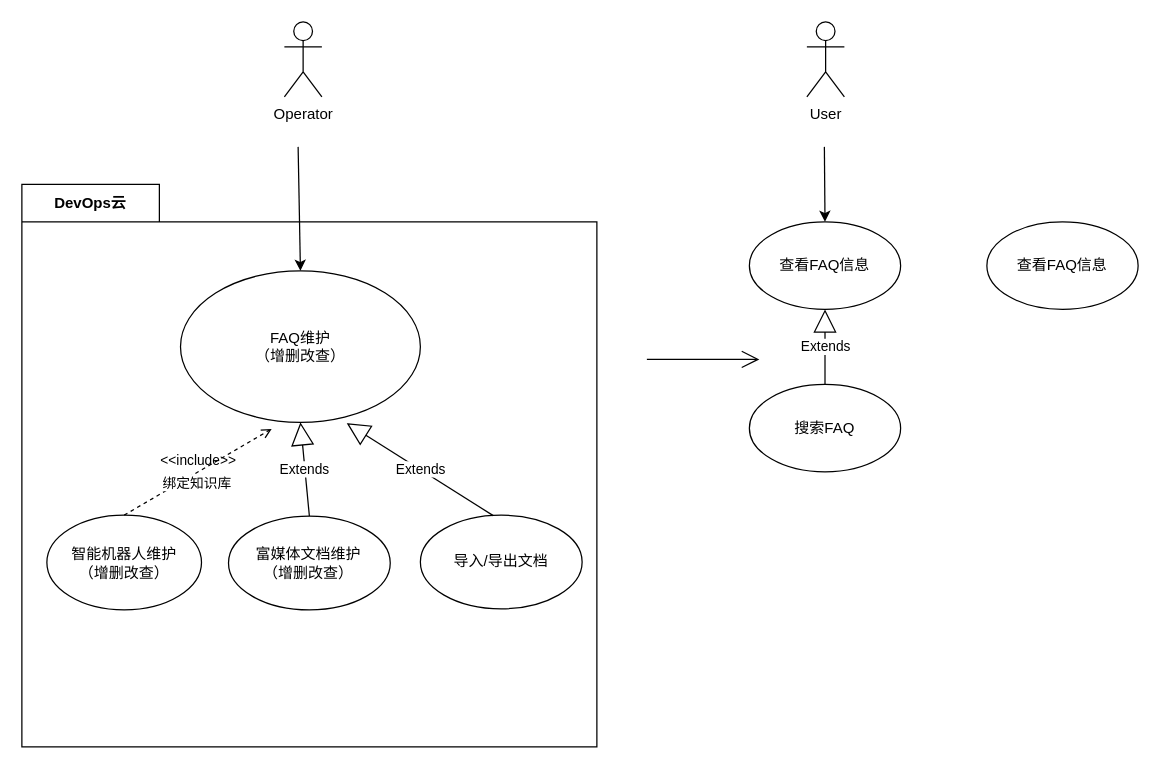
This is 宇视云App之FAQ用例视图.drawio from HuaHero/OnLineFaq, a draw.io file, before an edit. Source tidied: cells renumbered, new cells numbered last; positions are measured from the earlier drawing's top-left corner, leaving out a move shared by most shapes. Both pictures are drawn from the tidied source at 125%, with x=0, y=0 at pixel (21, 21).
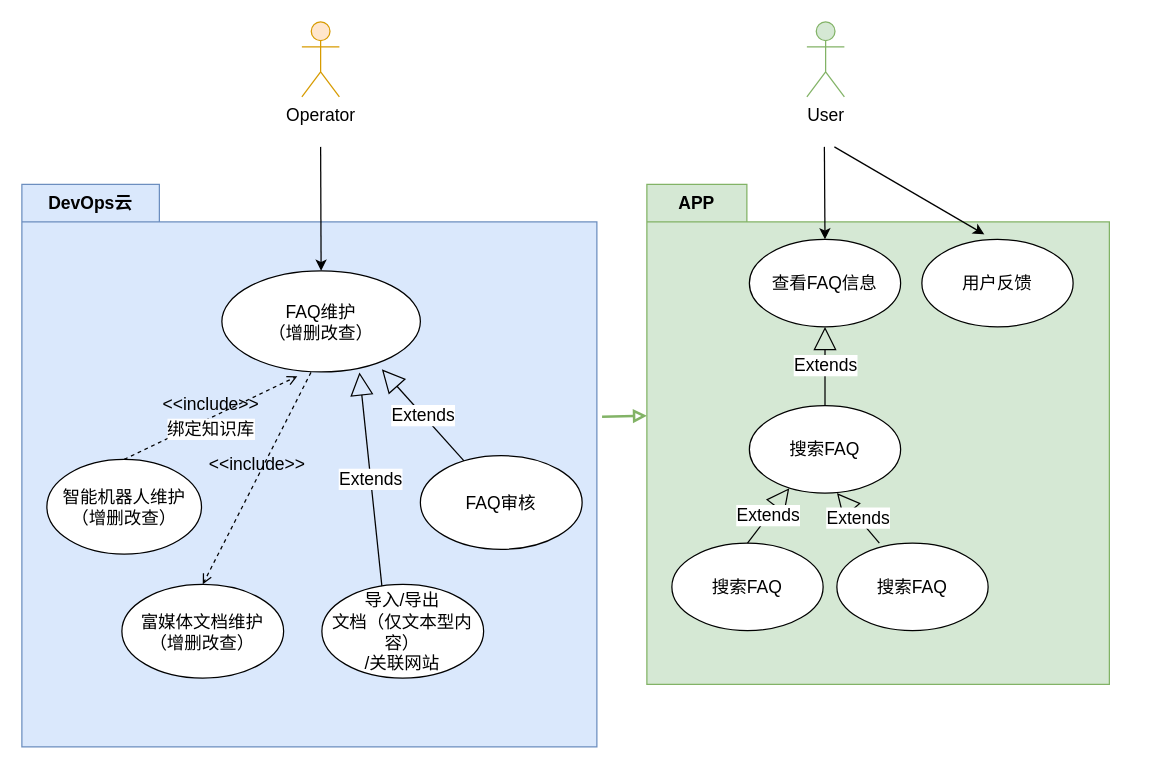
Above is the later version.

Commit message:
更新宇视云App之FAQ用例视图.drawio

Diff of the diagram source:
```diff
@@
+    <mxCell id="21" style="shape=folder;fontStyle=1;tabWidth=80;tabHeight=30;tabPosition=left;html=1;boundedLbl=1;whiteSpace=wrap;fontSize=14;fillColor=#d5e8d4;strokeColor=#82b366;" parent="1" vertex="1">
+      <mxGeometry x="500" y="130" width="370" height="400" as="geometry" />
+    </mxCell>
-    <mxCell id="2" value="DevOps云" style="shape=folder;fontStyle=1;tabWidth=110;tabHeight=30;tabPosition=left;html=1;boundedLbl=1;labelInHeader=1;whiteSpace=wrap;" parent="1" vertex="1">
+    <mxCell id="2" value="DevOps云" style="shape=folder;fontStyle=1;tabWidth=110;tabHeight=30;tabPosition=left;html=1;boundedLbl=1;labelInHeader=1;whiteSpace=wrap;fontSize=14;fillColor=#dae8fc;strokeColor=#6c8ebf;" parent="1" vertex="1">
       <mxGeometry y="130" width="460" height="450" as="geometry" />
     </mxCell>
-    <mxCell id="3" style="html=1;strokeColor=none;fillColor=none;whiteSpace=wrap;" parent="2" vertex="1">
+    <mxCell id="3" style="html=1;strokeColor=none;fillColor=none;whiteSpace=wrap;fontSize=14;" parent="2" vertex="1">
       <mxGeometry width="460" height="315" relative="1" as="geometry">
         <mxPoint y="30" as="offset" />
       </mxGeometry>
     </mxCell>
-    <mxCell id="4" value="智能机器人维护&lt;div&gt;（增删改查）&lt;/div&gt;" style="ellipse;whiteSpace=wrap;html=1;" parent="2" vertex="1">
-      <mxGeometry x="20" y="264.6" width="123.7" height="75.8" as="geometry" />
+    <mxCell id="4" value="智能机器人维护&lt;div style=&quot;font-size: 14px;&quot;&gt;（增删改查）&lt;/div&gt;" style="ellipse;whiteSpace=wrap;html=1;fontSize=14;" parent="2" vertex="1">
+      <mxGeometry x="20" y="220" width="123.7" height="75.8" as="geometry" />
     </mxCell>
-    <mxCell id="5" value="FAQ维护&lt;div&gt;（增删改查）&lt;/div&gt;" style="ellipse;whiteSpace=wrap;html=1;" parent="2" vertex="1">
-      <mxGeometry x="126.9" y="69.2" width="191.9" height="121.2" as="geometry" />
+    <mxCell id="5" value="FAQ维护&lt;div style=&quot;font-size: 14px;&quot;&gt;（增删改查）&lt;/div&gt;" style="ellipse;whiteSpace=wrap;html=1;fontSize=14;" parent="2" vertex="1">
+      <mxGeometry x="160" y="69.2" width="158.8" height="80.8" as="geometry" />
     </mxCell>
-    <mxCell id="6" value="&amp;lt;&amp;lt;include&amp;gt;&amp;gt;" style="html=1;verticalAlign=bottom;labelBackgroundColor=none;endArrow=open;endFill=0;dashed=1;rounded=0;entryX=0.38;entryY=1.043;entryDx=0;entryDy=0;entryPerimeter=0;exitX=0.5;exitY=0;exitDx=0;exitDy=0;" parent="2" edge="1" source="4" target="5">
+    <mxCell id="6" value="&amp;lt;&amp;lt;include&amp;gt;&amp;gt;" style="html=1;verticalAlign=bottom;labelBackgroundColor=none;endArrow=open;endFill=0;dashed=1;rounded=0;entryX=0.38;entryY=1.043;entryDx=0;entryDy=0;entryPerimeter=0;exitX=0.5;exitY=0;exitDx=0;exitDy=0;fontSize=14;" parent="2" edge="1" source="4" target="5">
       <mxGeometry relative="1" as="geometry" />
     </mxCell>
-    <mxCell id="7" value="绑定知识库" style="edgeLabel;html=1;align=center;verticalAlign=middle;" parent="6" vertex="1">
+    <mxCell id="7" value="绑定知识库" style="edgeLabel;html=1;align=center;verticalAlign=middle;fontSize=14;" parent="6" vertex="1">
       <mxGeometry x="0.09" y="-3" relative="1" as="geometry">
         <mxPoint x="-8" y="9" as="offset" />
       </mxGeometry>
     </mxCell>
-    <mxCell id="8" value="富媒体文档维护&lt;div&gt;（增删改查）&lt;/div&gt;" style="ellipse;whiteSpace=wrap;html=1;" parent="2" vertex="1">
-      <mxGeometry x="165.3" y="265.4" width="129.4" height="75" as="geometry" />
+    <mxCell id="8" value="富媒体文档维护&lt;div style=&quot;font-size: 14px;&quot;&gt;（增删改查）&lt;/div&gt;" style="ellipse;whiteSpace=wrap;html=1;fontSize=14;" parent="2" vertex="1">
+      <mxGeometry x="80" y="320" width="129.4" height="75" as="geometry" />
     </mxCell>
-    <mxCell id="9" value="Extends" style="endArrow=block;endSize=16;endFill=0;html=1;rounded=0;entryX=0.5;entryY=1;entryDx=0;entryDy=0;exitX=0.5;exitY=0;exitDx=0;exitDy=0;" parent="2" edge="1" source="8" target="5">
-      <mxGeometry relative="1" as="geometry" />
-    </mxCell>
-    <mxCell id="10" value="导入/导出文档" style="ellipse;whiteSpace=wrap;html=1;" parent="2" vertex="1">
-      <mxGeometry x="318.8" y="264.6" width="129.4" height="75" as="geometry" />
+    <mxCell id="10" value="导入/导出&lt;div style=&quot;font-size: 14px;&quot;&gt;文档（仅文本型内容）&lt;div style=&quot;font-size: 14px;&quot;&gt;/关联网站&lt;/div&gt;&lt;/div&gt;" style="ellipse;whiteSpace=wrap;html=1;fontSize=14;" parent="2" vertex="1">
+      <mxGeometry x="240" y="320" width="129.4" height="75" as="geometry" />
     </mxCell>
-    <mxCell id="11" value="Extends" style="endArrow=block;endSize=16;endFill=0;html=1;rounded=0;entryX=0.693;entryY=1.005;entryDx=0;entryDy=0;exitX=0.5;exitY=0;exitDx=0;exitDy=0;entryPerimeter=0;" parent="2" edge="1" target="5">
-      <mxGeometry relative="1" as="geometry">
-        <mxPoint x="377.1" y="265" as="sourcePoint" />
-      </mxGeometry>
+    <mxCell id="11" value="Extends" style="endArrow=block;endSize=16;endFill=0;html=1;rounded=0;entryX=0.693;entryY=1.005;entryDx=0;entryDy=0;exitX=0.371;exitY=0.018;exitDx=0;exitDy=0;entryPerimeter=0;exitPerimeter=0;fontSize=14;" parent="2" edge="1" source="10" target="5">
+      <mxGeometry relative="1" as="geometry" />
     </mxCell>
+    <mxCell id="22" value="&amp;lt;&amp;lt;include&amp;gt;&amp;gt;" style="html=1;verticalAlign=bottom;labelBackgroundColor=none;endArrow=open;endFill=0;dashed=1;rounded=0;exitX=0.449;exitY=1.005;exitDx=0;exitDy=0;entryX=0.5;entryY=0;entryDx=0;entryDy=0;exitPerimeter=0;fontSize=14;" parent="2" edge="1" source="5" target="8">
+      <mxGeometry relative="1" as="geometry" />
+    </mxCell>
+    <mxCell id="23" value="FAQ审核" style="ellipse;whiteSpace=wrap;html=1;fontSize=14;" parent="2" vertex="1">
+      <mxGeometry x="318.8" y="217" width="129.4" height="75" as="geometry" />
+    </mxCell>
+    <mxCell id="24" value="Extends" style="endArrow=block;endSize=16;endFill=0;html=1;rounded=0;entryX=0.806;entryY=0.975;entryDx=0;entryDy=0;entryPerimeter=0;fontSize=14;" parent="2" edge="1" source="23" target="5">
+      <mxGeometry relative="1" as="geometry" />
+    </mxCell>
-    <mxCell id="12" value="Operator" style="shape=umlActor;verticalLabelPosition=bottom;verticalAlign=top;html=1;" parent="1" vertex="1">
-      <mxGeometry x="210" width="30" height="60" as="geometry" />
+    <mxCell id="12" value="Operator" style="shape=umlActor;verticalLabelPosition=bottom;verticalAlign=top;html=1;fontSize=14;fillColor=#ffe6cc;strokeColor=#d79b00;" parent="1" vertex="1">
+      <mxGeometry x="224" width="30" height="60" as="geometry" />
     </mxCell>
-    <mxCell id="13" style="endArrow=classic;html=1;rounded=0;entryX=0.5;entryY=0;entryDx=0;entryDy=0;" parent="1" edge="1" target="5">
+    <mxCell id="13" style="endArrow=classic;html=1;rounded=0;entryX=0.5;entryY=0;entryDx=0;entryDy=0;fontSize=14;" parent="1" edge="1" target="5">
       <mxGeometry relative="1" as="geometry">
-        <mxPoint x="221" y="100" as="sourcePoint" />
+        <mxPoint x="239" y="100" as="sourcePoint" />
       </mxGeometry>
     </mxCell>
-    <mxCell id="14" value="User" style="shape=umlActor;verticalLabelPosition=bottom;verticalAlign=top;html=1;" parent="1" vertex="1">
+    <mxCell id="14" value="User" style="shape=umlActor;verticalLabelPosition=bottom;verticalAlign=top;html=1;fontSize=14;fillColor=#d5e8d4;strokeColor=#82b366;" parent="1" vertex="1">
       <mxGeometry x="628" width="30" height="60" as="geometry" />
     </mxCell>
-    <mxCell id="15" value="查看FAQ信息" style="ellipse;whiteSpace=wrap;html=1;" parent="1" vertex="1">
-      <mxGeometry x="582" y="160" width="121" height="70" as="geometry" />
+    <mxCell id="15" value="查看FAQ信息" style="ellipse;whiteSpace=wrap;html=1;fontSize=14;" parent="1" vertex="1">
+      <mxGeometry x="582" y="174" width="121" height="70" as="geometry" />
     </mxCell>
-    <mxCell id="16" value="搜索FAQ" style="ellipse;whiteSpace=wrap;html=1;" parent="1" vertex="1">
-      <mxGeometry x="582" y="290" width="121" height="70" as="geometry" />
+    <mxCell id="16" value="搜索FAQ" style="ellipse;whiteSpace=wrap;html=1;fontSize=14;" parent="1" vertex="1">
+      <mxGeometry x="582" y="307" width="121" height="70" as="geometry" />
     </mxCell>
-    <mxCell id="17" value="Extends" style="endArrow=block;endSize=16;endFill=0;html=1;rounded=0;entryX=0.5;entryY=1;entryDx=0;entryDy=0;exitX=0.5;exitY=0;exitDx=0;exitDy=0;" parent="1" edge="1" source="16" target="15">
+    <mxCell id="17" value="Extends" style="endArrow=block;endSize=16;endFill=0;html=1;rounded=0;entryX=0.5;entryY=1;entryDx=0;entryDy=0;exitX=0.5;exitY=0;exitDx=0;exitDy=0;fontSize=14;" parent="1" edge="1" source="16" target="15">
       <mxGeometry relative="1" as="geometry" />
     </mxCell>
-    <mxCell id="18" style="endArrow=classic;html=1;rounded=0;entryX=0.5;entryY=0;entryDx=0;entryDy=0;" parent="1" edge="1" target="15">
+    <mxCell id="18" style="endArrow=classic;html=1;rounded=0;entryX=0.5;entryY=0;entryDx=0;entryDy=0;fontSize=14;" parent="1" edge="1" target="15">
       <mxGeometry relative="1" as="geometry">
         <mxPoint x="642" y="100" as="sourcePoint" />
       </mxGeometry>
     </mxCell>
-    <mxCell id="19" value="查看FAQ信息" style="ellipse;whiteSpace=wrap;html=1;" parent="1" vertex="1">
-      <mxGeometry x="772" y="160" width="121" height="70" as="geometry" />
+    <mxCell id="19" value="用户反馈" style="ellipse;whiteSpace=wrap;html=1;fontSize=14;" parent="1" vertex="1">
+      <mxGeometry x="720" y="174" width="121" height="70" as="geometry" />
     </mxCell>
-    <mxCell id="20" style="endArrow=open;endFill=1;endSize=12;html=1;rounded=0;" parent="1" edge="1">
-      <mxGeometry relative="1" as="geometry">
-        <mxPoint x="500" y="270" as="sourcePoint" />
-        <mxPoint x="590" y="270" as="targetPoint" />
-      </mxGeometry>
-    </mxCell>
+    <mxCell id="25" value="搜索FAQ" style="ellipse;whiteSpace=wrap;html=1;fontSize=14;" parent="1" vertex="1">
+      <mxGeometry x="520" y="417" width="121" height="70" as="geometry" />
+    </mxCell>
+    <mxCell id="26" value="搜索FAQ" style="ellipse;whiteSpace=wrap;html=1;fontSize=14;" parent="1" vertex="1">
+      <mxGeometry x="652" y="417" width="121" height="70" as="geometry" />
+    </mxCell>
+    <mxCell id="27" value="Extends" style="endArrow=block;endSize=16;endFill=0;html=1;rounded=0;exitX=0.5;exitY=0;exitDx=0;exitDy=0;fontSize=14;entryX=0.264;entryY=0.943;entryDx=0;entryDy=0;entryPerimeter=0;" parent="1" edge="1" source="25" target="16">
+      <mxGeometry relative="1" as="geometry" />
+    </mxCell>
+    <mxCell id="28" value="Extends" style="endArrow=block;endSize=16;endFill=0;html=1;rounded=0;entryX=0.579;entryY=1;entryDx=0;entryDy=0;exitX=0.281;exitY=0;exitDx=0;exitDy=0;entryPerimeter=0;exitPerimeter=0;fontSize=14;" parent="1" edge="1" source="26" target="16">
+      <mxGeometry relative="1" as="geometry" />
+    </mxCell>
+    <mxCell id="29" style="endArrow=classic;html=1;rounded=0;fontSize=14;" parent="1" edge="1">
+      <mxGeometry relative="1" as="geometry">
+        <mxPoint x="650" y="100" as="sourcePoint" />
+        <mxPoint x="770" y="170" as="targetPoint" />
+      </mxGeometry>
+    </mxCell>
+    <mxCell id="30" value="APP" style="text;html=1;align=center;verticalAlign=middle;whiteSpace=wrap;rounded=0;fontSize=14;fontStyle=1;" parent="1" vertex="1">
+      <mxGeometry x="510" y="130" width="60" height="30" as="geometry" />
+    </mxCell>
+    <mxCell id="31" style="endArrow=block;html=1;rounded=0;exitX=1.009;exitY=0.413;exitDx=0;exitDy=0;exitPerimeter=0;entryX=0;entryY=0.463;entryDx=0;entryDy=0;entryPerimeter=0;labelBackgroundColor=default;endFill=0;fillColor=#d5e8d4;strokeColor=#82b366;strokeWidth=2;" parent="1" edge="1" source="2" target="21">
+      <mxGeometry relative="1" as="geometry" />
+    </mxCell>
```
